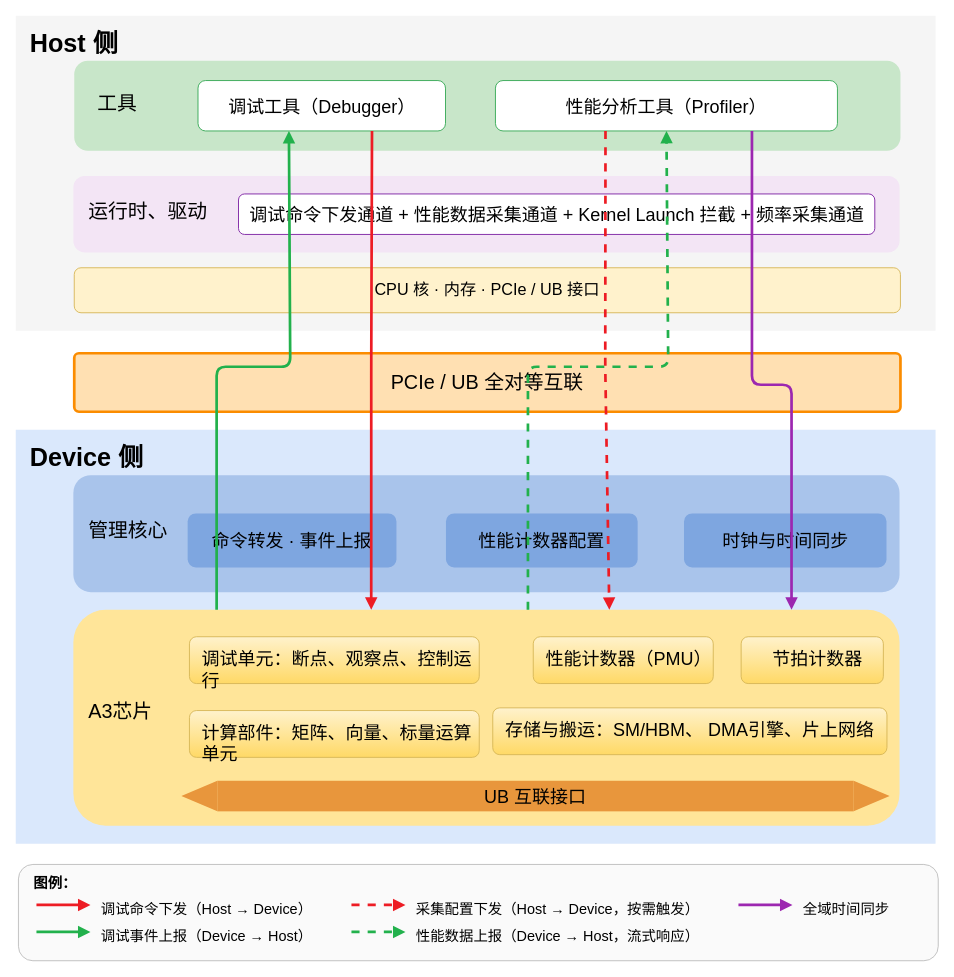
HanxuLiu/drawio-files keeps this draw.io diagram as page "第 6 页" (6 of 7) of 超节点主机设备侧交互流程图.drawio. Above is the earlier version. Source tidied: cells renumbered, new cells numbered last; positions are measured from the earlier drawing's top-left corner, leaving out a move shared by most shapes. Both pictures are drawn from the tidied source at 90%, with x=0, y=0 at pixel (15, 15).
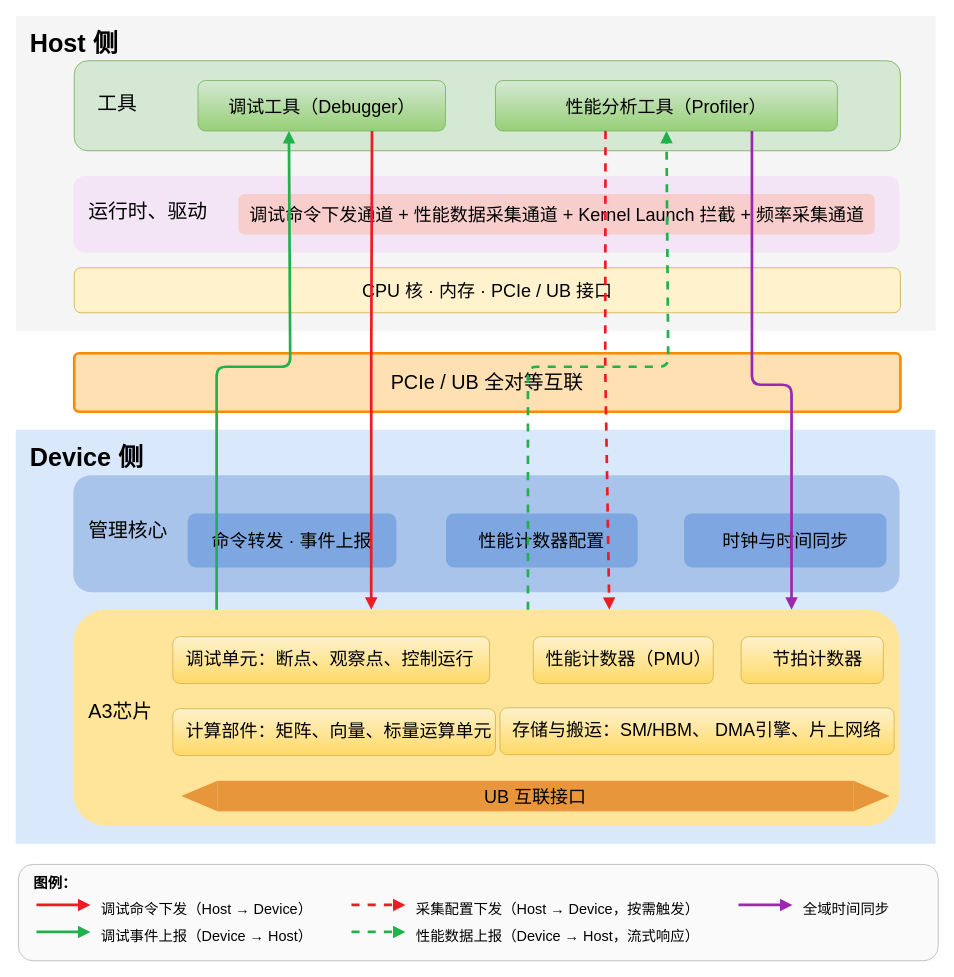
Above is the later version.

Commit message (it also covers changes not shown here):
更新超节点主机设备侧交互流程图.drawio

The edit, as a diff of the source:
```diff
@@
-    <mxCell id="4" style="rounded=1;whiteSpace=wrap;html=1;fillColor=#C8E6C9;strokeColor=none;roundedPerimeter=1;fontColor=#000000;" parent="1" vertex="1">
+    <mxCell id="4" style="rounded=1;whiteSpace=wrap;html=1;fillColor=#d5e8d4;strokeColor=#82b366;roundedPerimeter=1;" parent="1" vertex="1">
       <mxGeometry x="65" y="50" width="918" height="100" as="geometry" />
     </mxCell>
-    <mxCell id="5" value="&lt;span style=&quot;text-align: left;&quot;&gt;调试工具（Debugger）&lt;/span&gt;" style="rounded=1;whiteSpace=wrap;html=1;fillColor=#FFFFFF;strokeColor=#34A853;fontSize=20;fontColor=#000000;fontStyle=0;roundedPerimeter=1;" parent="1" vertex="1">
+    <mxCell id="5" value="&lt;span style=&quot;text-align: left;&quot;&gt;调试工具（Debugger）&lt;/span&gt;" style="rounded=1;whiteSpace=wrap;html=1;fillColor=#d5e8d4;strokeColor=#82b366;fontSize=20;fontStyle=0;roundedPerimeter=1;gradientColor=#97d077;align=center;verticalAlign=middle;fontFamily=Helvetica;fontColor=default;" parent="1" vertex="1">
       <mxGeometry x="202.5" y="72" width="275" height="56" as="geometry" />
     </mxCell>
-    <mxCell id="6" value="&lt;span style=&quot;text-align: left;&quot;&gt;性能分析工具（Profiler）&lt;/span&gt;" style="rounded=1;whiteSpace=wrap;html=1;fillColor=#FFFFFF;strokeColor=#34A853;fontSize=20;fontColor=#000000;fontStyle=0;roundedPerimeter=1;" parent="1" vertex="1">
+    <mxCell id="6" value="&lt;span style=&quot;text-align: left;&quot;&gt;性能分析工具（Profiler）&lt;/span&gt;" style="rounded=1;whiteSpace=wrap;html=1;fillColor=#d5e8d4;strokeColor=#82b366;fontSize=20;fontStyle=0;roundedPerimeter=1;gradientColor=#97d077;" parent="1" vertex="1">
       <mxGeometry x="533" y="72" width="380" height="56" as="geometry" />
     </mxCell>
@@
-    <mxCell id="9" value="调试命令下发通道 + 性能数据采集通道 + Kernel Launch 拦截 + 频率采集通道" style="rounded=1;whiteSpace=wrap;html=1;fillColor=#FFFFFF;strokeColor=#7B1FA2;fontSize=20;fontColor=#000000;fontStyle=0;roundedPerimeter=1;" parent="1" vertex="1">
+    <mxCell id="9" value="调试命令下发通道 + 性能数据采集通道 + Kernel Launch 拦截 + 频率采集通道" style="rounded=1;whiteSpace=wrap;html=1;fillColor=#f8cecc;strokeColor=none;fontSize=20;fontStyle=0;roundedPerimeter=1;" parent="1" vertex="1">
       <mxGeometry x="247.5" y="198" width="707" height="45" as="geometry" />
     </mxCell>
-    <mxCell id="10" value="CPU 核 · 内存 · PCIe / UB 接口" style="rounded=1;whiteSpace=wrap;html=1;fillColor=#fff2cc;strokeColor=#d6b656;fontSize=18;fontStyle=0;roundedPerimeter=1;fontColor=#000000;" parent="1" vertex="1">
+    <mxCell id="10" value="CPU 核 · 内存 · PCIe / UB 接口" style="rounded=1;whiteSpace=wrap;html=1;fillColor=#fff2cc;strokeColor=#d6b656;fontSize=20;fontStyle=0;roundedPerimeter=1;fontColor=#000000;" parent="1" vertex="1">
       <mxGeometry x="65" y="280" width="918" height="50" as="geometry" />
     </mxCell>
@@
     <mxCell id="17" value="调试单元：断点、观察点、控制运行" style="rounded=1;whiteSpace=wrap;html=1;fillColor=#fff2cc;strokeColor=#d6b656;fontSize=20;fontStyle=0;verticalAlign=top;align=left;spacingTop=6;spacingLeft=12;fontFamily=Helvetica;gradientColor=#ffd966;roundedPerimeter=1;fontColor=#000000;" parent="1" vertex="1">
-      <mxGeometry x="193" y="690" width="322" height="52" as="geometry" />
+      <mxGeometry x="174.5" y="690" width="352" height="52" as="geometry" />
     </mxCell>
@@
     <mxCell id="20" value="计算部件：矩阵、向量、标量运算单元" style="rounded=1;whiteSpace=wrap;html=1;fillColor=#fff2cc;strokeColor=#d6b656;fontSize=20;fontStyle=0;verticalAlign=top;align=left;spacingLeft=12;spacingTop=6;gradientColor=#ffd966;roundedPerimeter=1;fontColor=#000000;" parent="1" vertex="1">
-      <mxGeometry x="193" y="772" width="322" height="52" as="geometry" />
+      <mxGeometry x="174.5" y="770" width="358.5" height="52" as="geometry" />
     </mxCell>
     <mxCell id="21" value="&lt;font&gt;存储与搬运：SM/HBM、 DMA引擎、片上网络&lt;/font&gt;" style="rounded=1;whiteSpace=wrap;html=1;fillColor=#fff2cc;strokeColor=#d6b656;fontSize=20;fontStyle=0;verticalAlign=top;align=left;spacingLeft=12;spacingTop=6;gradientColor=#ffd966;roundedPerimeter=1;fontColor=#000000;" parent="1" vertex="1">
-      <mxGeometry x="530" y="769" width="438" height="52" as="geometry" />
+      <mxGeometry x="538" y="769" width="438" height="52" as="geometry" />
     </mxCell>
```
